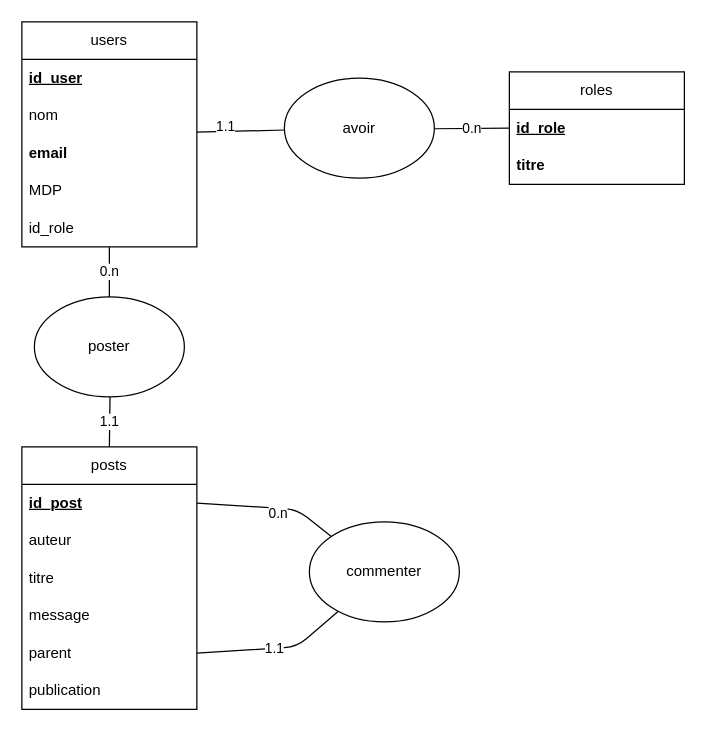
AlpinooO/efrei_b2_challengeWeb_Helldiver-s-2 keeps this draw.io diagram as MLD.drawio. Above is the earlier version. Source tidied: cells renumbered, new cells numbered last; positions are measured from the earlier drawing's top-left corner, leaving out a move shared by most shapes. Both pictures are drawn from the tidied source at 125%, with x=0, y=0 at pixel (21, 21).
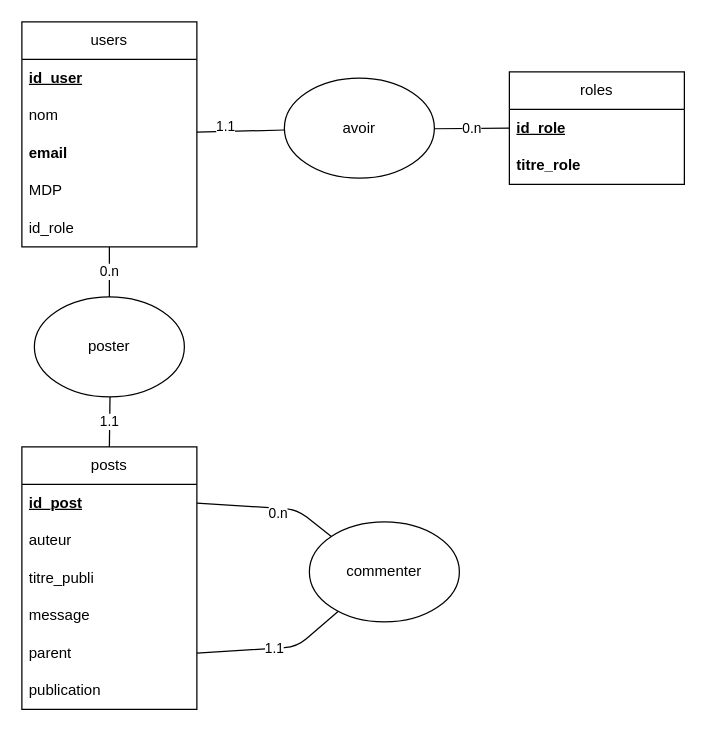
After the change.

Commit message:
Update diagram labels for clarity in MLD.drawio

The change refers to these unchanged cells:
```xml
<mxCell id="11" value="roles" style="swimlane;fontStyle=0;horizontal=1;startSize=30;whiteSpace=wrap;html=1;" parent="1" vertex="1">
  <mxGeometry x="390" y="40" width="140" height="90" as="geometry" />
</mxCell>
<mxCell id="16" value="posts" style="swimlane;fontStyle=0;horizontal=1;startSize=30;whiteSpace=wrap;html=1;" parent="1" vertex="1">
  <mxGeometry y="340" width="140" height="210" as="geometry" />
</mxCell>
```

The edit, as a diff of the source:
```diff
@@
-    <mxCell id="13" value="&lt;b&gt;titre&lt;/b&gt;" style="text;strokeColor=none;fillColor=none;align=left;verticalAlign=middle;spacingLeft=4;spacingRight=4;overflow=hidden;whiteSpace=wrap;html=1;" parent="11" vertex="1">
+    <mxCell id="13" value="&lt;b&gt;titre_role&lt;/b&gt;" style="text;strokeColor=none;fillColor=none;align=left;verticalAlign=middle;spacingLeft=4;spacingRight=4;overflow=hidden;whiteSpace=wrap;html=1;" parent="11" vertex="1">
       <mxGeometry y="60" width="140" height="30" as="geometry" />
     </mxCell>
@@
-    <mxCell id="19" value="titre" style="text;strokeColor=none;fillColor=none;align=left;verticalAlign=middle;spacingLeft=4;spacingRight=4;overflow=hidden;whiteSpace=wrap;html=1;" parent="16" vertex="1">
+    <mxCell id="19" value="titre_publi" style="text;strokeColor=none;fillColor=none;align=left;verticalAlign=middle;spacingLeft=4;spacingRight=4;overflow=hidden;whiteSpace=wrap;html=1;" parent="16" vertex="1">
       <mxGeometry y="90" width="140" height="30" as="geometry" />
     </mxCell>
```
